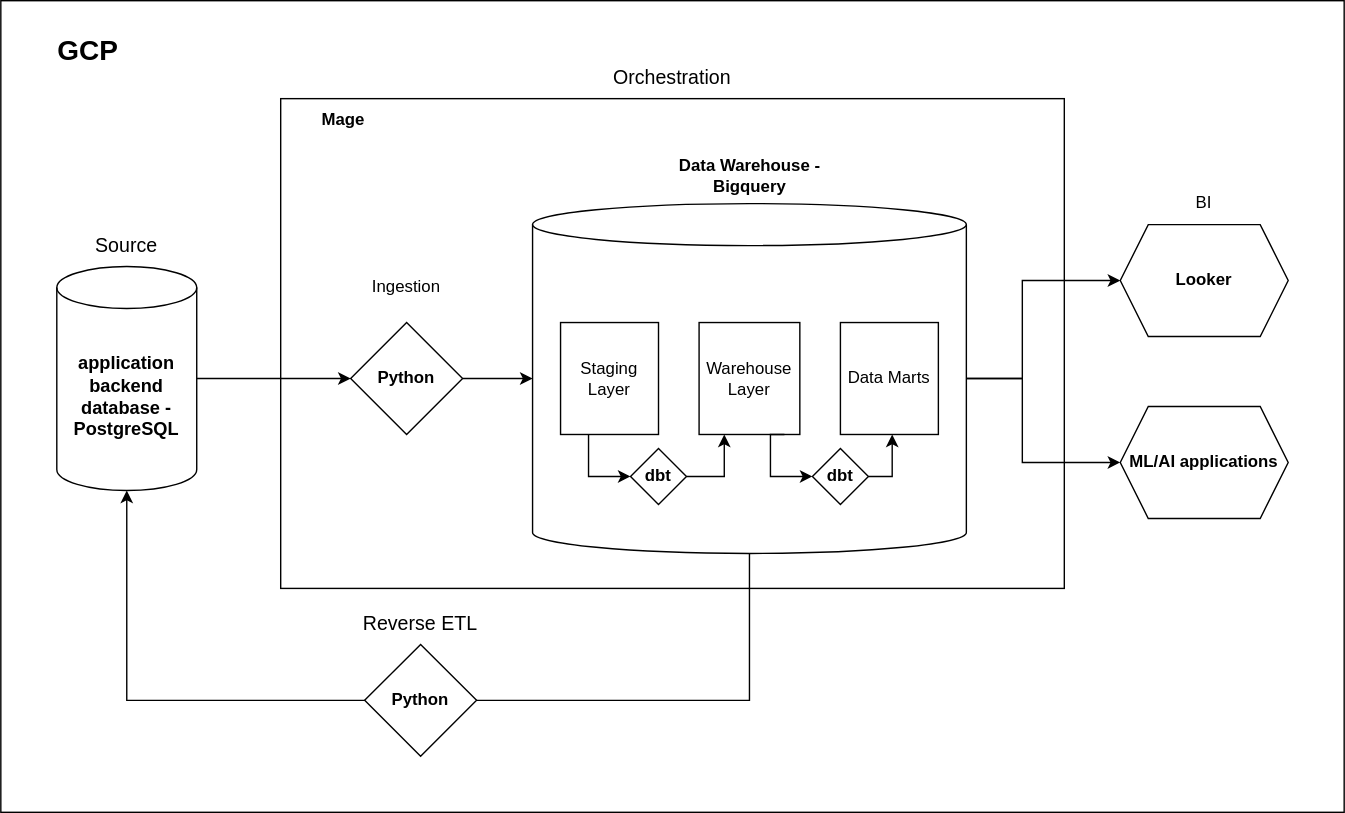
Before: infrastructure_diagram.svg, a diagram exported from draw.io (moses90/bolt-modeling-task). Source tidied: cells renumbered, new cells last; positions are measured from the earlier drawing's top-left corner, leaving out a move shared by most shapes.
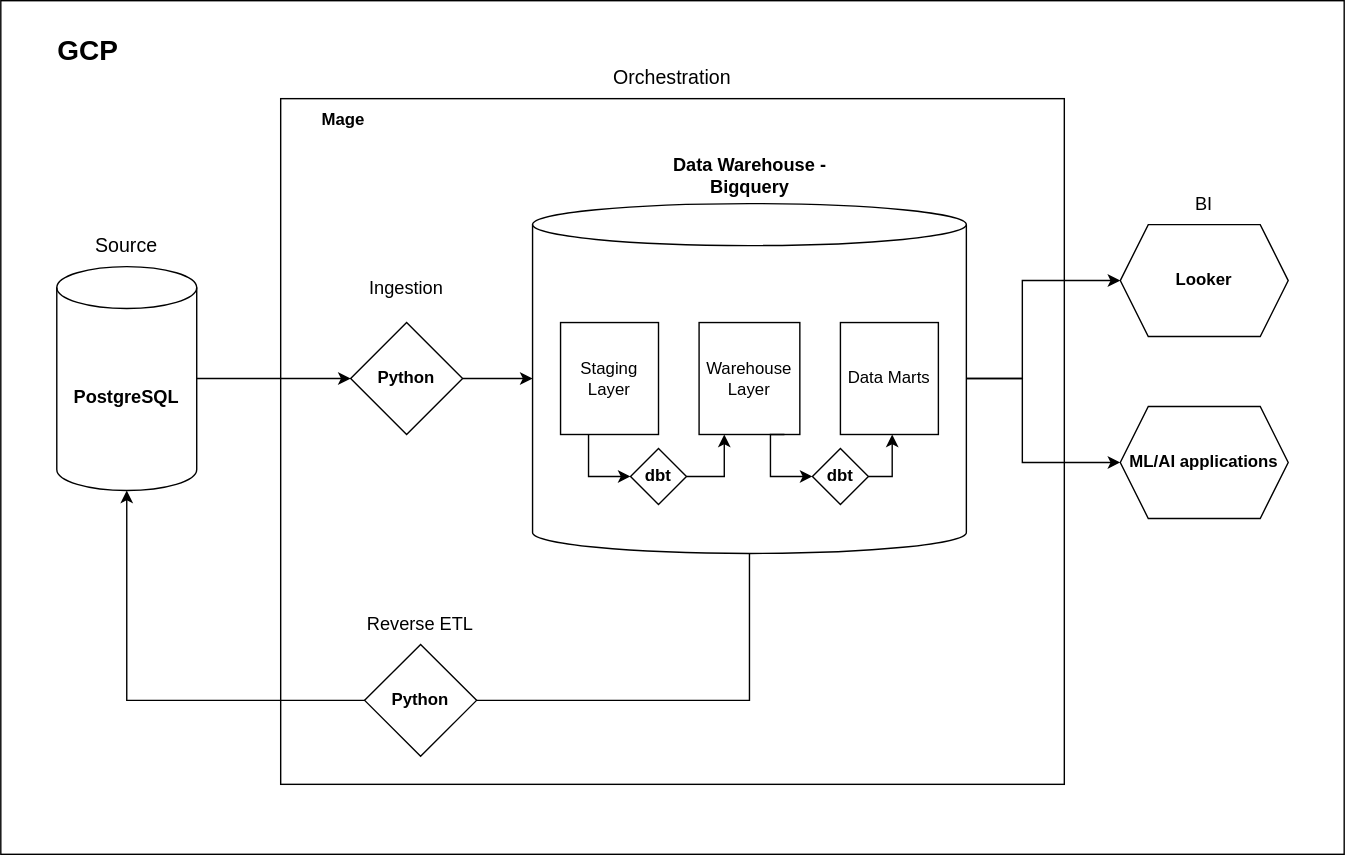
Above is the later version.

Commit message:
Add updated infrastructure diagram svg

Change to the diagram source:
```diff
@@ -3,15 +3,15 @@
     <mxCell id="0" />
     <mxCell id="1" parent="0" />
     <mxCell id="2" style="rounded=0;whiteSpace=wrap;html=1;" parent="1" vertex="1">
-      <mxGeometry width="960" height="580" as="geometry" />
+      <mxGeometry width="960" height="610" as="geometry" />
     </mxCell>
     <mxCell id="3" style="rounded=0;whiteSpace=wrap;html=1;" parent="1" vertex="1">
-      <mxGeometry x="200" y="70" width="560" height="350" as="geometry" />
+      <mxGeometry x="200" y="70" width="560" height="490" as="geometry" />
     </mxCell>
     <mxCell id="4" style="edgeStyle=orthogonalEdgeStyle;rounded=0;jettySize=auto;html=1;entryX=0;entryY=0.5;entryDx=0;entryDy=0;" parent="1" edge="1" source="5" target="9">
       <mxGeometry relative="1" as="geometry" />
     </mxCell>
-    <mxCell id="5" value="&lt;b style=&quot;font-size: 13px;&quot;&gt;application backend database - PostgreSQL&lt;/b&gt;" style="shape=cylinder3;whiteSpace=wrap;html=1;boundedLbl=1;backgroundOutline=1;size=15;fontSize=13;" parent="1" vertex="1">
+    <mxCell id="5" value="&lt;b style=&quot;font-size: 13px;&quot;&gt;PostgreSQL&lt;/b&gt;" style="shape=cylinder3;whiteSpace=wrap;html=1;boundedLbl=1;backgroundOutline=1;size=15;fontSize=13;" parent="1" vertex="1">
       <mxGeometry x="40" y="190" width="100" height="160" as="geometry" />
     </mxCell>
     <mxCell id="6" style="edgeStyle=orthogonalEdgeStyle;rounded=0;jettySize=auto;html=1;exitX=1;exitY=0.5;exitDx=0;exitDy=0;exitPerimeter=0;entryX=0;entryY=0.5;entryDx=0;entryDy=0;" parent="1" edge="1" source="8" target="12">
@@ -58,13 +58,13 @@
     <mxCell id="15" style="edgeStyle=orthogonalEdgeStyle;rounded=0;jettySize=auto;html=1;entryX=0;entryY=0.5;entryDx=0;entryDy=0;entryPerimeter=0;" parent="1" edge="1" source="9" target="8">
       <mxGeometry relative="1" as="geometry" />
     </mxCell>
-    <mxCell id="16" value="Ingestion" style="text;html=1;strokeColor=none;fillColor=none;align=center;verticalAlign=middle;whiteSpace=wrap;rounded=0;" parent="1" vertex="1">
+    <mxCell id="16" value="Ingestion" style="text;html=1;strokeColor=none;fillColor=none;align=center;verticalAlign=middle;whiteSpace=wrap;rounded=0;fontSize=13;" parent="1" vertex="1">
       <mxGeometry x="260" y="190" width="60" height="30" as="geometry" />
     </mxCell>
     <mxCell id="17" value="Source" style="text;html=1;strokeColor=none;fillColor=none;align=center;verticalAlign=middle;whiteSpace=wrap;rounded=0;fontSize=14;" parent="1" vertex="1">
       <mxGeometry x="60" y="160" width="60" height="30" as="geometry" />
     </mxCell>
-    <mxCell id="18" value="Data Warehouse - Bigquery" style="text;html=1;strokeColor=none;fillColor=none;align=center;verticalAlign=middle;whiteSpace=wrap;rounded=0;fontStyle=1;" parent="1" vertex="1">
+    <mxCell id="18" value="Data Warehouse - Bigquery" style="text;html=1;strokeColor=none;fillColor=none;align=center;verticalAlign=middle;whiteSpace=wrap;rounded=0;fontStyle=1;fontSize=13;" parent="1" vertex="1">
       <mxGeometry x="473" y="110" width="125" height="30" as="geometry" />
     </mxCell>
     <mxCell id="19" value="Mage" style="text;html=1;strokeColor=none;fillColor=none;align=center;verticalAlign=middle;whiteSpace=wrap;rounded=0;fontStyle=1;" parent="1" vertex="1">
@@ -81,7 +81,7 @@
     <mxCell id="21" value="Python" style="rhombus;whiteSpace=wrap;html=1;fontStyle=1;" parent="1" vertex="1">
       <mxGeometry x="260" y="460" width="80" height="80" as="geometry" />
     </mxCell>
-    <mxCell id="22" value="Reverse ETL" style="text;html=1;strokeColor=none;fillColor=none;align=center;verticalAlign=middle;whiteSpace=wrap;rounded=0;fontSize=14;" parent="1" vertex="1">
+    <mxCell id="22" value="Reverse ETL" style="text;html=1;strokeColor=none;fillColor=none;align=center;verticalAlign=middle;whiteSpace=wrap;rounded=0;fontSize=13;" parent="1" vertex="1">
       <mxGeometry x="250" y="430" width="100" height="30" as="geometry" />
     </mxCell>
     <mxCell id="23" style="edgeStyle=orthogonalEdgeStyle;rounded=0;jettySize=auto;html=1;entryX=0;entryY=0.5;entryDx=0;entryDy=0;" parent="1" edge="1" source="24" target="11">
@@ -120,7 +120,7 @@
         </Array>
       </mxGeometry>
     </mxCell>
-    <mxCell id="30" value="BI" style="text;html=1;strokeColor=none;fillColor=none;align=center;verticalAlign=middle;whiteSpace=wrap;rounded=0;" parent="1" vertex="1">
+    <mxCell id="30" value="BI" style="text;html=1;strokeColor=none;fillColor=none;align=center;verticalAlign=middle;whiteSpace=wrap;rounded=0;fontSize=13;" parent="1" vertex="1">
       <mxGeometry x="830" y="130" width="60" height="30" as="geometry" />
     </mxCell>
     <mxCell id="31" value="ML/AI applications" style="shape=hexagon;perimeter=hexagonPerimeter2;whiteSpace=wrap;html=1;fixedSize=1;fontStyle=1;" parent="1" vertex="1">
```
